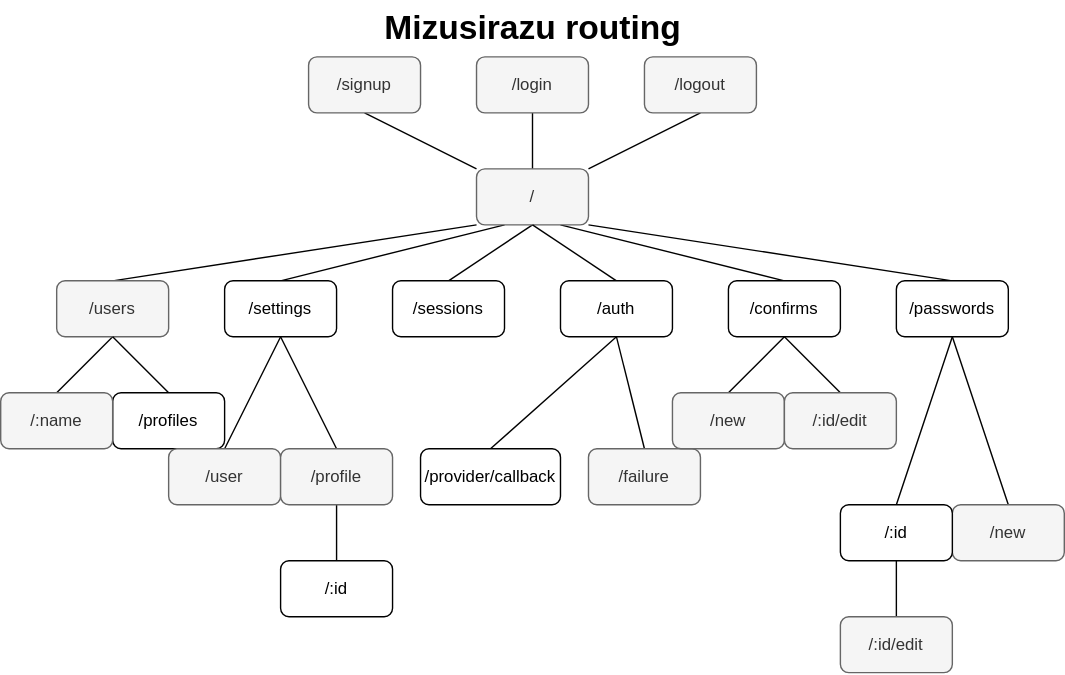
This is doc/images/routing.drawio.svg from ittoku703/mizusirazu, a draw.io export, as it was before one commit. Source tidied: cells renumbered, new cells last; positions are measured from the earlier drawing's top-left corner, leaving out a move shared by most shapes.
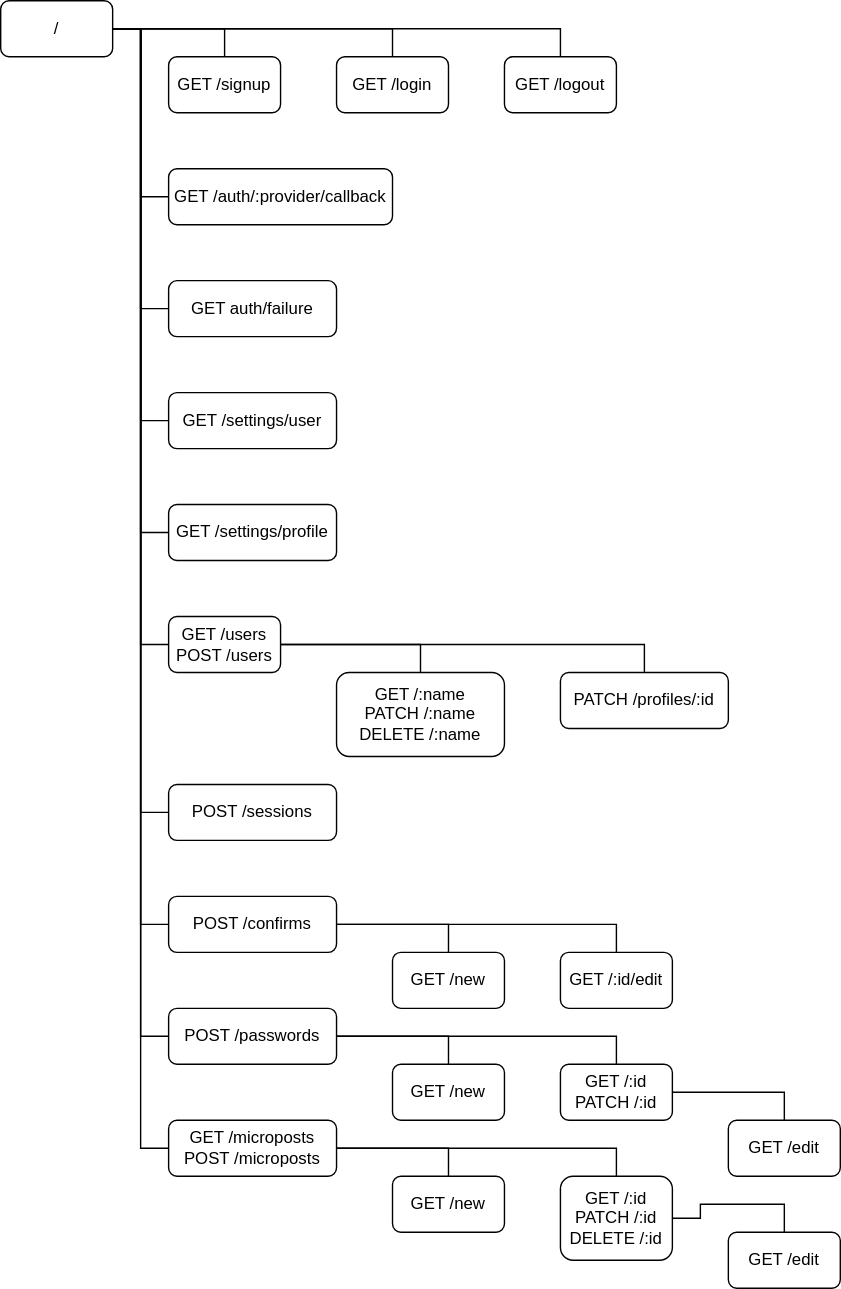
Later version of the same file.

Diff of the diagram source:
```diff
@@ -2,137 +2,140 @@
   <root>
     <mxCell id="0" />
     <mxCell id="1" parent="0" />
-    <mxCell id="2" style="rounded=0;jettySize=auto;html=1;exitX=0;exitY=0;exitDx=0;exitDy=0;entryX=0.5;entryY=1;entryDx=0;entryDy=0;endArrow=none;endFill=0;" parent="1" edge="1" source="10" target="16">
+    <mxCell id="2" style="edgeStyle=orthogonalEdgeStyle;rounded=0;jettySize=auto;html=1;entryX=0.5;entryY=0;entryDx=0;entryDy=0;endArrow=none;endFill=0;" parent="1" edge="1" source="10" target="16">
       <mxGeometry relative="1" as="geometry" />
     </mxCell>
+    <mxCell id="4" style="edgeStyle=orthogonalEdgeStyle;rounded=0;jettySize=auto;html=1;entryX=0.5;entryY=0;entryDx=0;entryDy=0;endArrow=none;endFill=0;" parent="1" edge="1" source="10" target="17">
+      <mxGeometry relative="1" as="geometry" />
+    </mxCell>
-    <mxCell id="3" style="edgeStyle=none;rounded=0;jettySize=auto;html=1;exitX=1;exitY=0;exitDx=0;exitDy=0;entryX=0.5;entryY=1;entryDx=0;entryDy=0;endArrow=none;endFill=0;" parent="1" edge="1" source="10" target="18">
+    <mxCell id="3" style="edgeStyle=orthogonalEdgeStyle;rounded=0;jettySize=auto;html=1;entryX=0.5;entryY=0;entryDx=0;entryDy=0;endArrow=none;endFill=0;" parent="1" edge="1" source="10" target="18">
       <mxGeometry relative="1" as="geometry" />
     </mxCell>
-    <mxCell id="4" style="edgeStyle=none;rounded=0;jettySize=auto;html=1;exitX=0.5;exitY=0;exitDx=0;exitDy=0;entryX=0.5;entryY=1;entryDx=0;entryDy=0;endArrow=none;endFill=0;" parent="1" edge="1" source="10" target="17">
-      <mxGeometry relative="1" as="geometry" />
-    </mxCell>
-    <mxCell id="5" style="edgeStyle=none;rounded=0;jettySize=auto;html=1;exitX=0;exitY=1;exitDx=0;exitDy=0;entryX=0.5;entryY=0;entryDx=0;entryDy=0;endArrow=none;endFill=0;" parent="1" edge="1" source="10" target="12">
+    <mxCell id="5" style="edgeStyle=orthogonalEdgeStyle;rounded=0;jettySize=auto;html=1;entryX=0;entryY=0.5;entryDx=0;entryDy=0;endArrow=none;endFill=0;" parent="1" edge="1" source="10" target="12">
       <mxGeometry relative="1" as="geometry" />
     </mxCell>
-    <mxCell id="6" style="edgeStyle=none;rounded=0;jettySize=auto;html=1;exitX=0.25;exitY=1;exitDx=0;exitDy=0;entryX=0.5;entryY=0;entryDx=0;entryDy=0;endArrow=none;endFill=0;" parent="1" edge="1" source="10" target="15">
+    <mxCell id="6" style="edgeStyle=orthogonalEdgeStyle;rounded=0;jettySize=auto;html=1;entryX=0;entryY=0.5;entryDx=0;entryDy=0;endArrow=none;endFill=0;" parent="1" edge="1" source="10" target="15">
       <mxGeometry relative="1" as="geometry" />
     </mxCell>
-    <mxCell id="7" style="edgeStyle=none;rounded=0;jettySize=auto;html=1;exitX=0.5;exitY=1;exitDx=0;exitDy=0;entryX=0.5;entryY=0;entryDx=0;entryDy=0;endArrow=none;endFill=0;" parent="1" edge="1" source="10" target="19">
-      <mxGeometry relative="1" as="geometry" />
-    </mxCell>
-    <mxCell id="8" style="edgeStyle=none;rounded=0;jettySize=auto;html=1;exitX=0.75;exitY=1;exitDx=0;exitDy=0;entryX=0.5;entryY=0;entryDx=0;entryDy=0;endArrow=none;endFill=0;" parent="1" edge="1" source="10" target="22">
+    <mxCell id="8" style="edgeStyle=orthogonalEdgeStyle;rounded=0;jettySize=auto;html=1;entryX=0;entryY=0.5;entryDx=0;entryDy=0;endArrow=none;endFill=0;" parent="1" edge="1" source="10" target="22">
       <mxGeometry relative="1" as="geometry" />
     </mxCell>
+    <mxCell id="46" style="edgeStyle=orthogonalEdgeStyle;rounded=0;jettySize=auto;html=1;entryX=0;entryY=0.5;entryDx=0;entryDy=0;endArrow=none;endFill=0;" parent="1" edge="1" source="10" target="30">
+      <mxGeometry relative="1" as="geometry" />
+    </mxCell>
-    <mxCell id="9" style="edgeStyle=none;rounded=0;jettySize=auto;html=1;exitX=1;exitY=1;exitDx=0;exitDy=0;entryX=0.5;entryY=0;entryDx=0;entryDy=0;endArrow=none;endFill=0;" parent="1" edge="1" source="10" target="24">
+    <mxCell id="9" style="edgeStyle=orthogonalEdgeStyle;rounded=0;jettySize=auto;html=1;entryX=0;entryY=0.5;entryDx=0;entryDy=0;endArrow=none;endFill=0;" parent="1" edge="1" source="10" target="24">
       <mxGeometry relative="1" as="geometry" />
     </mxCell>
+    <mxCell id="47" style="edgeStyle=orthogonalEdgeStyle;rounded=0;jettySize=auto;html=1;entryX=0;entryY=0.5;entryDx=0;entryDy=0;endArrow=none;endFill=0;" parent="1" edge="1" source="10" target="54">
+      <mxGeometry relative="1" as="geometry" />
+    </mxCell>
+    <mxCell id="48" style="edgeStyle=orthogonalEdgeStyle;rounded=0;jettySize=auto;html=1;exitX=1;exitY=0.5;exitDx=0;exitDy=0;entryX=0;entryY=0.5;entryDx=0;entryDy=0;endArrow=none;endFill=0;" parent="1" edge="1" source="10" target="32">
+      <mxGeometry relative="1" as="geometry" />
+    </mxCell>
-    <mxCell id="10" value="/" style="rounded=1;whiteSpace=wrap;html=1;fillColor=#f5f5f5;fontColor=#333333;strokeColor=#666666;" parent="1" vertex="1">
-      <mxGeometry x="340" y="120" width="80" height="40" as="geometry" />
+    <mxCell id="10" value="/" style="rounded=1;whiteSpace=wrap;html=1;" parent="1" vertex="1">
+      <mxGeometry x="20" width="80" height="40" as="geometry" />
     </mxCell>
-    <mxCell id="11" style="edgeStyle=none;rounded=0;jettySize=auto;html=1;exitX=0.5;exitY=1;exitDx=0;exitDy=0;entryX=0.5;entryY=0;entryDx=0;entryDy=0;fontSize=12;endArrow=none;endFill=0;" parent="1" edge="1" source="12" target="37">
+    <mxCell id="11" style="edgeStyle=orthogonalEdgeStyle;rounded=0;jettySize=auto;html=1;exitX=1;exitY=0.5;exitDx=0;exitDy=0;entryX=0.5;entryY=0;entryDx=0;entryDy=0;endArrow=none;endFill=0;" parent="1" edge="1" source="12" target="37">
       <mxGeometry relative="1" as="geometry" />
     </mxCell>
+    <mxCell id="49" style="edgeStyle=orthogonalEdgeStyle;rounded=0;jettySize=auto;html=1;entryX=0.5;entryY=0;entryDx=0;entryDy=0;endArrow=none;endFill=0;" parent="1" edge="1" source="12" target="26">
+      <mxGeometry relative="1" as="geometry" />
+    </mxCell>
-    <mxCell id="12" value="/users" style="rounded=1;whiteSpace=wrap;html=1;fillColor=#f5f5f5;fontColor=#333333;strokeColor=#666666;" parent="1" vertex="1">
-      <mxGeometry x="40" y="200" width="80" height="40" as="geometry" />
+    <mxCell id="12" value="GET /users&lt;br&gt;POST /users" style="rounded=1;whiteSpace=wrap;html=1;" parent="1" vertex="1">
+      <mxGeometry x="140" y="440" width="80" height="40" as="geometry" />
     </mxCell>
-    <mxCell id="13" style="edgeStyle=none;rounded=0;jettySize=auto;html=1;exitX=0.5;exitY=1;exitDx=0;exitDy=0;entryX=0.5;entryY=0;entryDx=0;entryDy=0;fontSize=12;endArrow=none;endFill=0;" parent="1" edge="1" source="15" target="33">
-      <mxGeometry relative="1" as="geometry" />
-    </mxCell>
-    <mxCell id="14" style="edgeStyle=none;rounded=0;jettySize=auto;html=1;exitX=0.5;exitY=1;exitDx=0;exitDy=0;entryX=0.5;entryY=0;entryDx=0;entryDy=0;fontSize=12;endArrow=none;endFill=0;" parent="1" edge="1" source="15" target="35">
-      <mxGeometry relative="1" as="geometry" />
-    </mxCell>
-    <mxCell id="15" value="/settings" style="rounded=1;whiteSpace=wrap;html=1;" parent="1" vertex="1">
-      <mxGeometry x="160" y="200" width="80" height="40" as="geometry" />
+    <mxCell id="15" value="GET /settings/user" style="rounded=1;whiteSpace=wrap;html=1;" parent="1" vertex="1">
+      <mxGeometry x="140" y="280" width="120" height="40" as="geometry" />
     </mxCell>
-    <mxCell id="16" value="/signup" style="rounded=1;whiteSpace=wrap;html=1;fillColor=#f5f5f5;fontColor=#333333;strokeColor=#666666;" parent="1" vertex="1">
-      <mxGeometry x="220" y="40" width="80" height="40" as="geometry" />
+    <mxCell id="16" value="GET /signup" style="rounded=1;whiteSpace=wrap;html=1;" parent="1" vertex="1">
+      <mxGeometry x="140" y="40" width="80" height="40" as="geometry" />
     </mxCell>
-    <mxCell id="17" value="/login" style="rounded=1;whiteSpace=wrap;html=1;fillColor=#f5f5f5;fontColor=#333333;strokeColor=#666666;" parent="1" vertex="1">
-      <mxGeometry x="340" y="40" width="80" height="40" as="geometry" />
+    <mxCell id="17" value="GET /login" style="rounded=1;whiteSpace=wrap;html=1;" parent="1" vertex="1">
+      <mxGeometry x="260" y="40" width="80" height="40" as="geometry" />
     </mxCell>
-    <mxCell id="18" value="/logout" style="rounded=1;whiteSpace=wrap;html=1;fillColor=#f5f5f5;fontColor=#333333;strokeColor=#666666;" parent="1" vertex="1">
-      <mxGeometry x="460" y="40" width="80" height="40" as="geometry" />
+    <mxCell id="18" value="GET /logout" style="rounded=1;whiteSpace=wrap;html=1;" parent="1" vertex="1">
+      <mxGeometry x="380" y="40" width="80" height="40" as="geometry" />
     </mxCell>
+    <mxCell id="50" style="edgeStyle=orthogonalEdgeStyle;rounded=0;jettySize=auto;html=1;entryX=1;entryY=0.5;entryDx=0;entryDy=0;endArrow=none;endFill=0;" parent="1" edge="1" source="19" target="10">
+      <mxGeometry relative="1" as="geometry" />
+    </mxCell>
-    <mxCell id="19" value="/sessions" style="rounded=1;whiteSpace=wrap;html=1;" parent="1" vertex="1">
-      <mxGeometry x="280" y="200" width="80" height="40" as="geometry" />
+    <mxCell id="19" value="POST /sessions" style="rounded=1;whiteSpace=wrap;html=1;" parent="1" vertex="1">
+      <mxGeometry x="140" y="560" width="120" height="40" as="geometry" />
     </mxCell>
-    <mxCell id="20" style="edgeStyle=none;rounded=0;jettySize=auto;html=1;exitX=0.5;exitY=1;exitDx=0;exitDy=0;entryX=0.5;entryY=0;entryDx=0;entryDy=0;fontSize=12;endArrow=none;endFill=0;" parent="1" edge="1" source="22" target="38">
+    <mxCell id="20" style="edgeStyle=orthogonalEdgeStyle;rounded=0;jettySize=auto;html=1;exitX=1;exitY=0.5;exitDx=0;exitDy=0;entryX=0.5;entryY=0;entryDx=0;entryDy=0;endArrow=none;endFill=0;" parent="1" edge="1" source="22" target="38">
       <mxGeometry relative="1" as="geometry" />
     </mxCell>
-    <mxCell id="21" style="edgeStyle=none;rounded=0;jettySize=auto;html=1;exitX=0.5;exitY=1;exitDx=0;exitDy=0;entryX=0.5;entryY=0;entryDx=0;entryDy=0;fontSize=12;endArrow=none;endFill=0;" parent="1" edge="1" source="22" target="39">
+    <mxCell id="21" style="edgeStyle=orthogonalEdgeStyle;rounded=0;jettySize=auto;html=1;entryX=0.5;entryY=0;entryDx=0;entryDy=0;endArrow=none;endFill=0;" parent="1" edge="1" source="22" target="39">
       <mxGeometry relative="1" as="geometry" />
     </mxCell>
-    <mxCell id="22" value="/confirms" style="rounded=1;whiteSpace=wrap;html=1;" parent="1" vertex="1">
-      <mxGeometry x="520" y="200" width="80" height="40" as="geometry" />
+    <mxCell id="22" value="POST /confirms" style="rounded=1;whiteSpace=wrap;html=1;" parent="1" vertex="1">
+      <mxGeometry x="140" y="640" width="120" height="40" as="geometry" />
     </mxCell>
-    <mxCell id="23" style="edgeStyle=none;rounded=0;jettySize=auto;html=1;exitX=0.5;exitY=1;exitDx=0;exitDy=0;entryX=0.5;entryY=0;entryDx=0;entryDy=0;fontSize=12;endArrow=none;endFill=0;" parent="1" edge="1" source="24" target="40">
+    <mxCell id="23" style="edgeStyle=orthogonalEdgeStyle;rounded=0;jettySize=auto;html=1;exitX=1;exitY=0.5;exitDx=0;exitDy=0;entryX=0.5;entryY=0;entryDx=0;entryDy=0;endArrow=none;endFill=0;" parent="1" edge="1" source="24" target="40">
       <mxGeometry relative="1" as="geometry" />
     </mxCell>
+    <mxCell id="51" style="edgeStyle=orthogonalEdgeStyle;rounded=0;jettySize=auto;html=1;exitX=1;exitY=0.5;exitDx=0;exitDy=0;entryX=0.5;entryY=0;entryDx=0;entryDy=0;endArrow=none;endFill=0;" parent="1" edge="1" source="24" target="43">
+      <mxGeometry relative="1" as="geometry" />
+    </mxCell>
-    <mxCell id="24" value="/passwords" style="rounded=1;whiteSpace=wrap;html=1;" parent="1" vertex="1">
-      <mxGeometry x="640" y="200" width="80" height="40" as="geometry" />
+    <mxCell id="24" value="POST /passwords" style="rounded=1;whiteSpace=wrap;html=1;" parent="1" vertex="1">
+      <mxGeometry x="140" y="720" width="120" height="40" as="geometry" />
     </mxCell>
-    <mxCell id="25" style="edgeStyle=none;rounded=0;jettySize=auto;html=1;exitX=0.5;exitY=0;exitDx=0;exitDy=0;entryX=0.5;entryY=1;entryDx=0;entryDy=0;fontSize=12;endArrow=none;endFill=0;" parent="1" edge="1" source="26" target="12">
-      <mxGeometry relative="1" as="geometry" />
-    </mxCell>
-    <mxCell id="26" value="/profiles" style="rounded=1;whiteSpace=wrap;html=1;" parent="1" vertex="1">
-      <mxGeometry x="80" y="280" width="80" height="40" as="geometry" />
+    <mxCell id="26" value="PATCH /profiles/:id" style="rounded=1;whiteSpace=wrap;html=1;" parent="1" vertex="1">
+      <mxGeometry x="420" y="480" width="120" height="40" as="geometry" />
     </mxCell>
-    <mxCell id="27" style="edgeStyle=none;rounded=0;jettySize=auto;html=1;exitX=0.5;exitY=0;exitDx=0;exitDy=0;entryX=0.5;entryY=1;entryDx=0;entryDy=0;fontSize=12;endArrow=none;endFill=0;" parent="1" edge="1" source="30" target="10">
-      <mxGeometry relative="1" as="geometry" />
-    </mxCell>
-    <mxCell id="28" style="edgeStyle=none;rounded=0;jettySize=auto;html=1;exitX=0.5;exitY=1;exitDx=0;exitDy=0;entryX=0.5;entryY=0;entryDx=0;entryDy=0;fontSize=12;endArrow=none;endFill=0;" parent="1" edge="1" source="30" target="31">
-      <mxGeometry relative="1" as="geometry" />
-    </mxCell>
-    <mxCell id="29" style="edgeStyle=none;rounded=0;jettySize=auto;html=1;exitX=0.5;exitY=1;exitDx=0;exitDy=0;entryX=0.5;entryY=0;entryDx=0;entryDy=0;fontSize=12;endArrow=none;endFill=0;" parent="1" edge="1" source="30" target="32">
-      <mxGeometry relative="1" as="geometry" />
-    </mxCell>
-    <mxCell id="30" value="/auth" style="rounded=1;whiteSpace=wrap;html=1;" parent="1" vertex="1">
-      <mxGeometry x="400" y="200" width="80" height="40" as="geometry" />
+    <mxCell id="30" value="GET /auth/:provider/callback" style="rounded=1;whiteSpace=wrap;html=1;" parent="1" vertex="1">
+      <mxGeometry x="140" y="120" width="160" height="40" as="geometry" />
     </mxCell>
-    <mxCell id="31" value="/provider/callback" style="rounded=1;whiteSpace=wrap;html=1;" parent="1" vertex="1">
-      <mxGeometry x="300" y="320" width="100" height="40" as="geometry" />
-    </mxCell>
-    <mxCell id="32" value="/failure" style="rounded=1;whiteSpace=wrap;html=1;fillColor=#f5f5f5;fontColor=#333333;strokeColor=#666666;" parent="1" vertex="1">
-      <mxGeometry x="420" y="320" width="80" height="40" as="geometry" />
+    <mxCell id="32" value="GET auth/failure" style="rounded=1;whiteSpace=wrap;html=1;" parent="1" vertex="1">
+      <mxGeometry x="140" y="200" width="120" height="40" as="geometry" />
     </mxCell>
-    <mxCell id="33" value="/user" style="rounded=1;whiteSpace=wrap;html=1;fillColor=#f5f5f5;fontColor=#333333;strokeColor=#666666;" parent="1" vertex="1">
-      <mxGeometry x="120" y="320" width="80" height="40" as="geometry" />
-    </mxCell>
-    <mxCell id="34" style="edgeStyle=none;rounded=0;jettySize=auto;html=1;exitX=0.5;exitY=1;exitDx=0;exitDy=0;entryX=0.5;entryY=0;entryDx=0;entryDy=0;fontSize=12;endArrow=none;endFill=0;" parent="1" edge="1" source="35" target="36">
-      <mxGeometry relative="1" as="geometry" />
-    </mxCell>
-    <mxCell id="35" value="/profile" style="rounded=1;whiteSpace=wrap;html=1;fillColor=#f5f5f5;fontColor=#333333;strokeColor=#666666;" parent="1" vertex="1">
-      <mxGeometry x="200" y="320" width="80" height="40" as="geometry" />
-    </mxCell>
-    <mxCell id="36" value="/:id" style="rounded=1;whiteSpace=wrap;html=1;" parent="1" vertex="1">
-      <mxGeometry x="200" y="400" width="80" height="40" as="geometry" />
-    </mxCell>
-    <mxCell id="37" value="/:name" style="rounded=1;whiteSpace=wrap;html=1;fillColor=#f5f5f5;fontColor=#333333;strokeColor=#666666;" parent="1" vertex="1">
-      <mxGeometry y="280" width="80" height="40" as="geometry" />
+    <mxCell id="37" value="GET /:name&lt;br&gt;PATCH /:name&lt;br&gt;DELETE /:name" style="rounded=1;whiteSpace=wrap;html=1;" parent="1" vertex="1">
+      <mxGeometry x="260" y="480" width="120" height="60" as="geometry" />
     </mxCell>
-    <mxCell id="38" value="/new" style="rounded=1;whiteSpace=wrap;html=1;fillColor=#f5f5f5;fontColor=#333333;strokeColor=#666666;" parent="1" vertex="1">
-      <mxGeometry x="480" y="280" width="80" height="40" as="geometry" />
+    <mxCell id="38" value="GET /new" style="rounded=1;whiteSpace=wrap;html=1;" parent="1" vertex="1">
+      <mxGeometry x="300" y="680" width="80" height="40" as="geometry" />
     </mxCell>
-    <mxCell id="39" value="/:id/edit" style="rounded=1;whiteSpace=wrap;html=1;fillColor=#f5f5f5;fontColor=#333333;strokeColor=#666666;" parent="1" vertex="1">
-      <mxGeometry x="560" y="280" width="80" height="40" as="geometry" />
+    <mxCell id="39" value="GET /:id/edit" style="rounded=1;whiteSpace=wrap;html=1;" parent="1" vertex="1">
+      <mxGeometry x="420" y="680" width="80" height="40" as="geometry" />
     </mxCell>
-    <mxCell id="40" value="/new" style="rounded=1;whiteSpace=wrap;html=1;fillColor=#f5f5f5;fontColor=#333333;strokeColor=#666666;" parent="1" vertex="1">
-      <mxGeometry x="680" y="360" width="80" height="40" as="geometry" />
+    <mxCell id="40" value="GET /new" style="rounded=1;whiteSpace=wrap;html=1;" parent="1" vertex="1">
+      <mxGeometry x="300" y="760" width="80" height="40" as="geometry" />
     </mxCell>
-    <mxCell id="41" style="edgeStyle=none;rounded=0;jettySize=auto;html=1;exitX=0.5;exitY=0;exitDx=0;exitDy=0;entryX=0.5;entryY=1;entryDx=0;entryDy=0;fontSize=12;endArrow=none;endFill=0;" parent="1" edge="1" source="43" target="24">
-      <mxGeometry relative="1" as="geometry" />
-    </mxCell>
-    <mxCell id="42" style="edgeStyle=none;rounded=0;jettySize=auto;html=1;exitX=0.5;exitY=1;exitDx=0;exitDy=0;entryX=0.5;entryY=0;entryDx=0;entryDy=0;fontSize=12;endArrow=none;endFill=0;" parent="1" edge="1" source="43" target="44">
+    <mxCell id="42" style="edgeStyle=orthogonalEdgeStyle;rounded=0;jettySize=auto;html=1;exitX=1;exitY=0.5;exitDx=0;exitDy=0;entryX=0.5;entryY=0;entryDx=0;entryDy=0;endArrow=none;endFill=0;" parent="1" edge="1" source="43" target="44">
       <mxGeometry relative="1" as="geometry" />
     </mxCell>
-    <mxCell id="43" value="/:id" style="rounded=1;whiteSpace=wrap;html=1;" parent="1" vertex="1">
-      <mxGeometry x="600" y="360" width="80" height="40" as="geometry" />
+    <mxCell id="43" value="GET /:id&lt;br&gt;PATCH /:id" style="rounded=1;whiteSpace=wrap;html=1;" parent="1" vertex="1">
+      <mxGeometry x="420" y="760" width="80" height="40" as="geometry" />
     </mxCell>
-    <mxCell id="44" value="/:id/edit" style="rounded=1;whiteSpace=wrap;html=1;fillColor=#f5f5f5;fontColor=#333333;strokeColor=#666666;" parent="1" vertex="1">
-      <mxGeometry x="600" y="440" width="80" height="40" as="geometry" />
+    <mxCell id="44" value="GET /edit" style="rounded=1;whiteSpace=wrap;html=1;" parent="1" vertex="1">
+      <mxGeometry x="540" y="800" width="80" height="40" as="geometry" />
     </mxCell>
-    <mxCell id="45" value="Mizusirazu routing" style="text;html=1;fontSize=24;fontStyle=1;verticalAlign=middle;align=center;" parent="1" vertex="1">
-      <mxGeometry x="220" width="320" height="40" as="geometry" />
-    </mxCell>
+    <mxCell id="52" style="edgeStyle=orthogonalEdgeStyle;rounded=0;jettySize=auto;html=1;exitX=1;exitY=0.5;exitDx=0;exitDy=0;entryX=0.5;entryY=0;entryDx=0;entryDy=0;endArrow=none;endFill=0;" parent="1" edge="1" source="54" target="56">
+      <mxGeometry relative="1" as="geometry" />
+    </mxCell>
+    <mxCell id="53" style="edgeStyle=orthogonalEdgeStyle;rounded=0;jettySize=auto;html=1;exitX=1;exitY=0.5;exitDx=0;exitDy=0;entryX=0.5;entryY=0;entryDx=0;entryDy=0;endArrow=none;endFill=0;" parent="1" edge="1" source="54" target="55">
+      <mxGeometry relative="1" as="geometry" />
+    </mxCell>
+    <mxCell id="54" value="GET /microposts&lt;br&gt;POST /microposts" style="rounded=1;whiteSpace=wrap;html=1;" parent="1" vertex="1">
+      <mxGeometry x="140" y="800" width="120" height="40" as="geometry" />
+    </mxCell>
+    <mxCell id="55" value="GET /new" style="rounded=1;whiteSpace=wrap;html=1;" parent="1" vertex="1">
+      <mxGeometry x="300" y="840" width="80" height="40" as="geometry" />
+    </mxCell>
+    <mxCell id="56" value="GET /:id&lt;br&gt;PATCH /:id&lt;br&gt;DELETE /:id" style="rounded=1;whiteSpace=wrap;html=1;" parent="1" vertex="1">
+      <mxGeometry x="420" y="840" width="80" height="60" as="geometry" />
+    </mxCell>
+    <mxCell id="57" style="edgeStyle=orthogonalEdgeStyle;rounded=0;jettySize=auto;html=1;exitX=0.5;exitY=0;exitDx=0;exitDy=0;entryX=1;entryY=0.5;entryDx=0;entryDy=0;endArrow=none;endFill=0;" parent="1" edge="1" source="58" target="56">
+      <mxGeometry relative="1" as="geometry" />
+    </mxCell>
+    <mxCell id="58" value="GET /edit" style="rounded=1;whiteSpace=wrap;html=1;" parent="1" vertex="1">
+      <mxGeometry x="540" y="880" width="80" height="40" as="geometry" />
+    </mxCell>
+    <mxCell id="59" style="edgeStyle=orthogonalEdgeStyle;rounded=0;jettySize=auto;html=1;endArrow=none;endFill=0;entryX=1;entryY=0.5;entryDx=0;entryDy=0;" parent="1" edge="1" source="60" target="10">
+      <mxGeometry relative="1" as="geometry" />
+    </mxCell>
+    <mxCell id="60" value="GET /settings/profile" style="rounded=1;whiteSpace=wrap;html=1;" parent="1" vertex="1">
+      <mxGeometry x="140" y="360" width="120" height="40" as="geometry" />
+    </mxCell>
   </root>
 </mxGraphModel>
```
